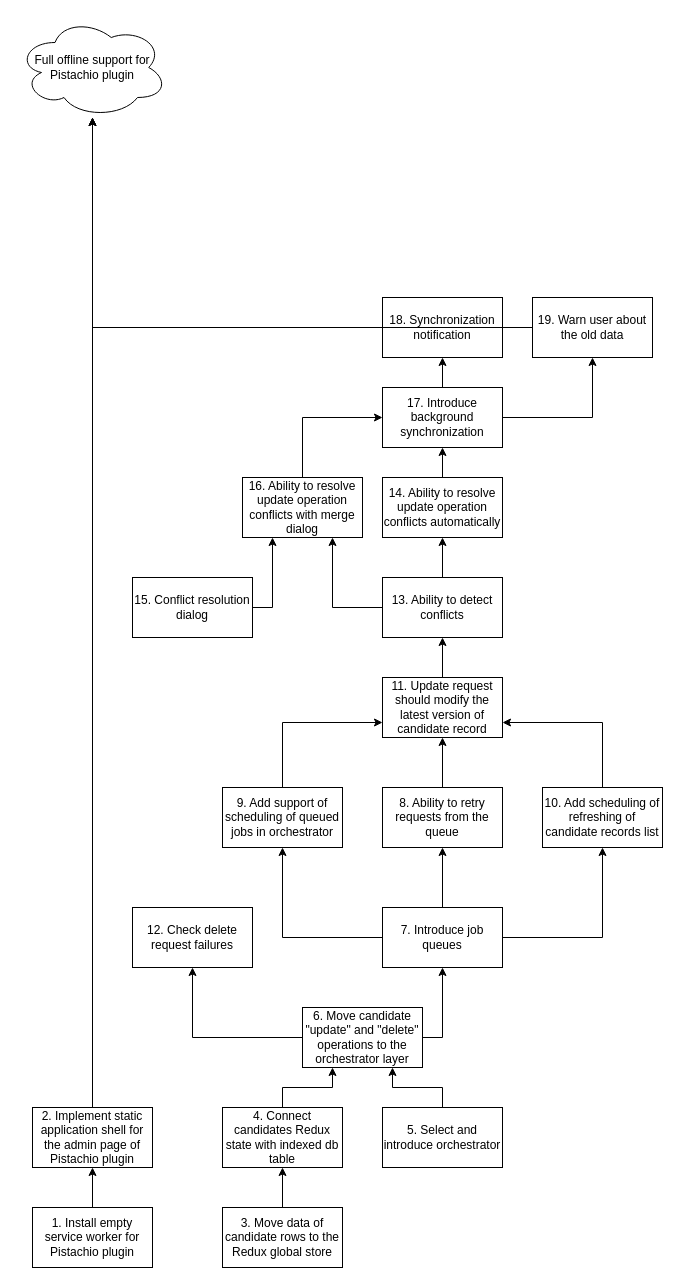
AlexeyPopovUA/a8c-diagrams keeps this draw.io diagram as high-level/tasks_planning.drawio. Above is the earlier version. Source tidied: cells renumbered, new cells numbered last; positions are measured from the earlier drawing's top-left corner, leaving out a move shared by most shapes. Both pictures are drawn from the tidied source at 100%, with x=0, y=0 at pixel (17, 17).
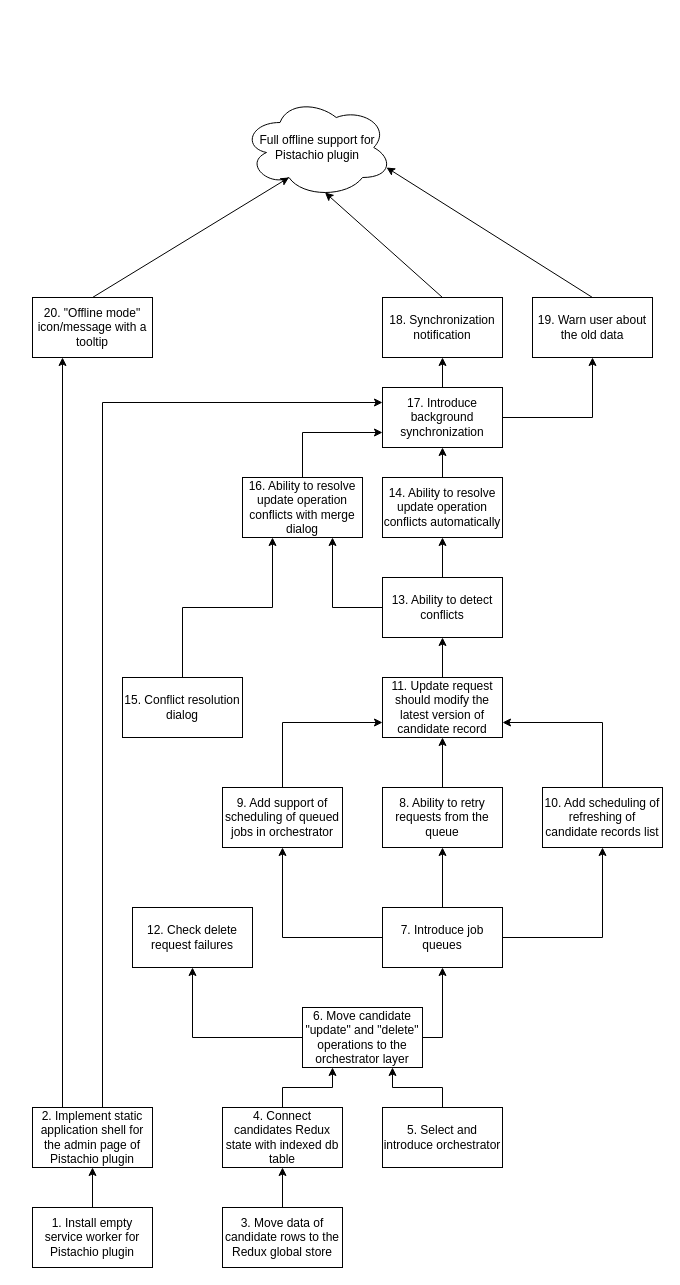
After the change.

The change refers to these unchanged cells:
```xml
<mxCell id="6" value="2. Implement static application shell for the admin page of Pistachio plugin" style="rounded=0;whiteSpace=wrap;html=1;" parent="1" vertex="1">
  <mxGeometry x="15" y="1090" width="120" height="60" as="geometry" />
</mxCell>
<mxCell id="37" value="16. Ability to resolve update operation conflicts with merge dialog" style="rounded=0;whiteSpace=wrap;html=1;" parent="1" vertex="1">
  <mxGeometry x="225" y="460" width="120" height="60" as="geometry" />
</mxCell>
<mxCell id="40" value="17. Introduce background synchronization" style="rounded=0;whiteSpace=wrap;html=1;" parent="1" vertex="1">
  <mxGeometry x="365" y="370" width="120" height="60" as="geometry" />
</mxCell>
<mxCell id="42" value="18. Synchronization notification" style="rounded=0;whiteSpace=wrap;html=1;" parent="1" vertex="1">
  <mxGeometry x="365" y="280" width="120" height="60" as="geometry" />
</mxCell>
<mxCell id="44" value="19. Warn user about the old data" style="rounded=0;whiteSpace=wrap;html=1;" parent="1" vertex="1">
  <mxGeometry x="515" y="280" width="120" height="60" as="geometry" />
</mxCell>
```

Diff of the diagram source:
```diff
@@
     <mxCell id="2" value="Full offline support for Pistachio plugin" style="ellipse;shape=cloud;whiteSpace=wrap;html=1;" parent="1" vertex="1">
-      <mxGeometry width="150" height="100" as="geometry" />
+      <mxGeometry x="225" y="80" width="150" height="100" as="geometry" />
     </mxCell>
@@
-    <mxCell id="5" style="edgeStyle=orthogonalEdgeStyle;rounded=0;jettySize=auto;html=1;" parent="1" edge="1" source="6" target="2">
+    <mxCell id="5" style="edgeStyle=orthogonalEdgeStyle;rounded=0;jettySize=auto;html=1;entryX=0.25;entryY=1;entryDx=0;entryDy=0;exitX=0.25;exitY=0;exitDx=0;exitDy=0;" parent="1" edge="1" source="6" target="47">
       <mxGeometry relative="1" as="geometry" />
     </mxCell>
+    <mxCell id="45" style="edgeStyle=orthogonalEdgeStyle;rounded=0;jumpStyle=none;jumpSize=5;jettySize=auto;html=1;entryX=0;entryY=0.25;entryDx=0;entryDy=0;" parent="1" edge="1" source="6" target="40">
+      <mxGeometry relative="1" as="geometry">
+        <Array as="points">
+          <mxPoint x="85" y="385" />
+        </Array>
+      </mxGeometry>
+    </mxCell>
@@
-    <mxCell id="34" style="edgeStyle=orthogonalEdgeStyle;rounded=0;jettySize=auto;html=1;entryX=0.25;entryY=1;entryDx=0;entryDy=0;exitX=1;exitY=0.5;exitDx=0;exitDy=0;" parent="1" edge="1" source="35" target="37">
+    <mxCell id="34" style="edgeStyle=orthogonalEdgeStyle;rounded=0;jettySize=auto;html=1;entryX=0.25;entryY=1;entryDx=0;entryDy=0;exitX=0.5;exitY=0;exitDx=0;exitDy=0;" parent="1" edge="1" source="35" target="37">
       <mxGeometry relative="1" as="geometry" />
     </mxCell>
     <mxCell id="35" value="15. Conflict resolution dialog" style="rounded=0;whiteSpace=wrap;html=1;" parent="1" vertex="1">
-      <mxGeometry x="115" y="560" width="120" height="60" as="geometry" />
+      <mxGeometry x="105" y="660" width="120" height="60" as="geometry" />
     </mxCell>
-    <mxCell id="36" style="edgeStyle=orthogonalEdgeStyle;rounded=0;jettySize=auto;html=1;entryX=0;entryY=0.5;entryDx=0;entryDy=0;exitX=0.5;exitY=0;exitDx=0;exitDy=0;" parent="1" edge="1" source="37" target="40">
+    <mxCell id="36" style="edgeStyle=orthogonalEdgeStyle;rounded=0;jettySize=auto;html=1;entryX=0;entryY=0.75;entryDx=0;entryDy=0;exitX=0.5;exitY=0;exitDx=0;exitDy=0;" parent="1" edge="1" source="37" target="40">
       <mxGeometry relative="1" as="geometry" />
     </mxCell>
@@
-    <mxCell id="41" style="edgeStyle=orthogonalEdgeStyle;rounded=0;jettySize=auto;html=1;" parent="1" edge="1" source="42" target="2">
+    <mxCell id="41" style="rounded=0;jettySize=auto;html=1;entryX=0.55;entryY=0.95;entryDx=0;entryDy=0;entryPerimeter=0;exitX=0.5;exitY=0;exitDx=0;exitDy=0;" parent="1" edge="1" source="42" target="2">
       <mxGeometry relative="1" as="geometry" />
     </mxCell>
@@
-    <mxCell id="43" style="edgeStyle=orthogonalEdgeStyle;rounded=0;jettySize=auto;html=1;" parent="1" edge="1" source="44" target="2">
+    <mxCell id="43" style="rounded=0;jettySize=auto;html=1;entryX=0.96;entryY=0.7;entryDx=0;entryDy=0;entryPerimeter=0;exitX=0.5;exitY=0;exitDx=0;exitDy=0;" parent="1" edge="1" source="44" target="2">
       <mxGeometry relative="1" as="geometry" />
     </mxCell>
@@
+    <mxCell id="46" style="edgeStyle=none;rounded=0;jumpStyle=none;jumpSize=5;jettySize=auto;html=1;entryX=0.31;entryY=0.8;entryDx=0;entryDy=0;entryPerimeter=0;exitX=0.5;exitY=0;exitDx=0;exitDy=0;" parent="1" edge="1" source="47" target="2">
+      <mxGeometry relative="1" as="geometry" />
+    </mxCell>
+    <mxCell id="47" value="20. &quot;Offline mode&quot; icon/message with a tooltip" style="rounded=0;whiteSpace=wrap;html=1;" parent="1" vertex="1">
+      <mxGeometry x="15" y="280" width="120" height="60" as="geometry" />
+    </mxCell>
```
